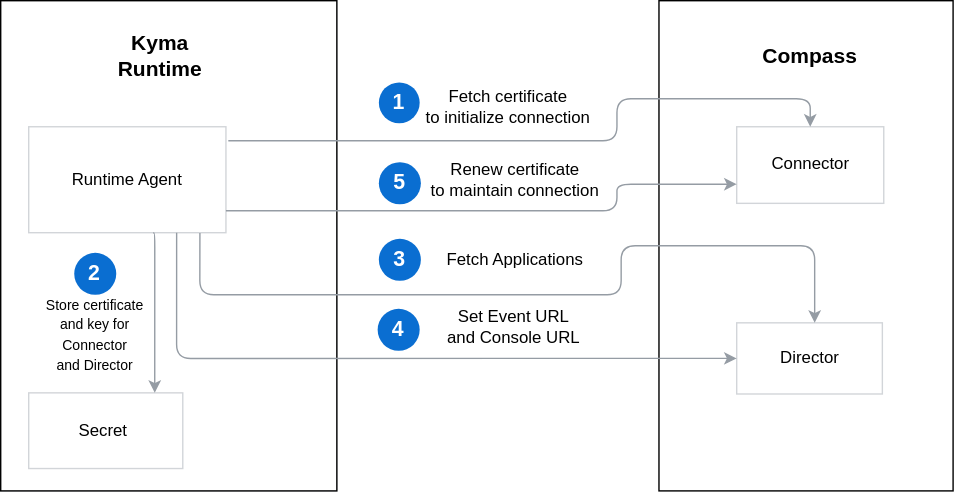
The draw.io diagram docs/compass/assets/runtime-agent-architecture.svg in kyma-project/kyma, before a commit. Source tidied: cells renumbered, new cells last; positions are measured from the earlier drawing's top-left corner, leaving out a move shared by most shapes. Source of this version:
```xml
<mxGraphModel background="#ffffff">
  <root>
    <mxCell id="0" />
    <mxCell id="1" parent="0" />
    <mxCell id="2" style="group;" parent="1" vertex="1">
      <mxGeometry x="470" width="210" height="350" as="geometry" />
    </mxCell>
    <mxCell id="3" style="rounded=0;whiteSpace=wrap;html=1;" parent="2" vertex="1">
      <mxGeometry width="210" height="350" as="geometry" />
    </mxCell>
    <mxCell id="4" value="Connector" style="rounded=0;whiteSpace=wrap;html=1;strokeColor=#D2D5D9;" parent="2" vertex="1">
      <mxGeometry x="55.5" y="90" width="105" height="54.7" as="geometry" />
    </mxCell>
    <mxCell id="5" value="&lt;font style=&quot;font-size: 15px&quot;&gt;&lt;b&gt;Compass&lt;/b&gt;&lt;/font&gt;" style="text;html=1;strokeColor=none;fillColor=none;align=center;verticalAlign=middle;whiteSpace=wrap;rounded=0;" parent="2" vertex="1">
      <mxGeometry x="2.5" y="23.7" width="210" height="30.4" as="geometry" />
    </mxCell>
    <mxCell id="6" value="Director" style="rounded=0;whiteSpace=wrap;html=1;strokeColor=#D2D5D9;" parent="2" vertex="1">
      <mxGeometry x="55.5" y="230" width="104" height="50.8" as="geometry" />
    </mxCell>
    <mxCell id="7" style="group;fillColor=#ffffff;strokeColor=#D2D5D9;" parent="1" vertex="1">
      <mxGeometry width="240" height="350" as="geometry" />
    </mxCell>
    <mxCell id="8" style="group;" parent="7" vertex="1">
      <mxGeometry width="240" height="350" as="geometry" />
    </mxCell>
    <mxCell id="9" style="rounded=0;whiteSpace=wrap;html=1;" parent="8" vertex="1">
      <mxGeometry width="240" height="350" as="geometry" />
    </mxCell>
    <mxCell id="10" value="Secret&amp;nbsp;" style="rounded=0;whiteSpace=wrap;html=1;strokeColor=#D2D5D9;" parent="8" vertex="1">
      <mxGeometry x="20" y="280" width="110" height="54" as="geometry" />
    </mxCell>
    <mxCell id="11" value="Runtime Agent" style="rounded=0;whiteSpace=wrap;html=1;strokeColor=#D2D5D9;" parent="8" vertex="1">
      <mxGeometry x="20" y="90" width="140.8" height="75.7" as="geometry" />
    </mxCell>
    <mxCell id="12" value="&lt;font style=&quot;font-size: 15px&quot;&gt;&lt;b&gt;Kyma Runtime&lt;/b&gt;&lt;/font&gt;" style="text;html=1;strokeColor=none;fillColor=none;align=center;verticalAlign=middle;whiteSpace=wrap;rounded=0;" parent="8" vertex="1">
      <mxGeometry x="60.6" y="19.4" width="106.1" height="38.9" as="geometry" />
    </mxCell>
    <mxCell id="13" style="edgeStyle=orthogonalEdgeStyle;rounded=1;comic=0;html=1;jettySize=auto;strokeColor=#959CA4;exitX=0.631;exitY=1.002;exitDx=0;exitDy=0;exitPerimeter=0;entryX=0.818;entryY=0;entryDx=0;entryDy=0;entryPerimeter=0;" parent="8" edge="1" source="11" target="10">
      <mxGeometry relative="1" as="geometry">
        <Array as="points">
          <mxPoint x="110" y="166" />
        </Array>
      </mxGeometry>
    </mxCell>
    <mxCell id="14" value="&lt;h3&gt;&lt;font color=&quot;#ffffff&quot;&gt;2&lt;/font&gt;&lt;/h3&gt;" style="ellipse;whiteSpace=wrap;html=1;rounded=0;shadow=0;glass=0;comic=0;labelBackgroundColor=none;strokeColor=none;strokeWidth=1;fillColor=#0A6ED1;gradientColor=none;fontSize=13;fontColor=none;align=center;verticalAlign=middle;" parent="8" vertex="1">
      <mxGeometry x="52.5" y="180" width="30" height="30" as="geometry" />
    </mxCell>
    <mxCell id="15" value="&lt;font style=&quot;font-size: 10px&quot;&gt;Store certificate and key for Connector &lt;br&gt;and Director&lt;/font&gt;" style="text;html=1;strokeColor=none;fillColor=none;align=center;verticalAlign=middle;whiteSpace=wrap;rounded=0;" parent="8" vertex="1">
      <mxGeometry x="30" y="210" width="75" height="55" as="geometry" />
    </mxCell>
    <mxCell id="16" value="&lt;h3&gt;&lt;font color=&quot;#ffffff&quot;&gt;4&lt;/font&gt;&lt;/h3&gt;" style="ellipse;whiteSpace=wrap;html=1;rounded=0;shadow=0;glass=0;comic=0;labelBackgroundColor=none;strokeColor=none;strokeWidth=1;fillColor=#0A6ED1;gradientColor=none;fontSize=13;fontColor=none;align=center;verticalAlign=middle;" parent="1" vertex="1">
      <mxGeometry x="269.1" y="220" width="30" height="30" as="geometry" />
    </mxCell>
    <mxCell id="17" value="&lt;h3&gt;&lt;font color=&quot;#ffffff&quot;&gt;5&lt;/font&gt;&lt;/h3&gt;" style="ellipse;whiteSpace=wrap;html=1;rounded=0;shadow=0;glass=0;comic=0;labelBackgroundColor=none;strokeColor=none;strokeWidth=1;fillColor=#0A6ED1;gradientColor=none;fontSize=13;fontColor=none;align=center;verticalAlign=middle;" parent="1" vertex="1">
      <mxGeometry x="270" y="115.3" width="30" height="30" as="geometry" />
    </mxCell>
    <mxCell id="18" style="edgeStyle=orthogonalEdgeStyle;rounded=1;comic=0;html=1;jettySize=auto;strokeColor=#959CA4;entryX=0.5;entryY=0;entryDx=0;entryDy=0;exitX=1.012;exitY=0.132;exitDx=0;exitDy=0;exitPerimeter=0;" parent="1" edge="1" source="11" target="4">
      <mxGeometry relative="1" as="geometry">
        <Array as="points">
          <mxPoint x="440" y="100" />
          <mxPoint x="440" y="70" />
          <mxPoint x="578" y="70" />
        </Array>
      </mxGeometry>
    </mxCell>
    <mxCell id="19" style="edgeStyle=orthogonalEdgeStyle;rounded=1;comic=0;html=1;jettySize=auto;strokeColor=#959CA4;entryX=0;entryY=0.75;entryDx=0;entryDy=0;" parent="1" edge="1" source="11" target="4">
      <mxGeometry relative="1" as="geometry">
        <Array as="points">
          <mxPoint x="440" y="150" />
          <mxPoint x="440" y="131" />
        </Array>
      </mxGeometry>
    </mxCell>
    <mxCell id="20" value="Fetch certificate &lt;br&gt;to initialize connection" style="text;html=1;strokeColor=none;fillColor=none;align=center;verticalAlign=middle;whiteSpace=wrap;rounded=0;" parent="1" vertex="1">
      <mxGeometry x="295" y="58.3" width="135" height="35" as="geometry" />
    </mxCell>
    <mxCell id="21" value="&lt;h3&gt;&lt;font color=&quot;#ffffff&quot;&gt;1&lt;/font&gt;&lt;/h3&gt;" style="ellipse;whiteSpace=wrap;html=1;rounded=0;shadow=0;glass=0;comic=0;labelBackgroundColor=none;strokeColor=none;strokeWidth=1;fillColor=#0A6ED1;gradientColor=none;fontSize=13;fontColor=none;align=center;verticalAlign=middle;" parent="1" vertex="1">
      <mxGeometry x="270" y="58.3" width="29.1" height="29.1" as="geometry" />
    </mxCell>
    <mxCell id="22" value="&lt;h3&gt;&lt;font color=&quot;#ffffff&quot;&gt;3&lt;/font&gt;&lt;/h3&gt;" style="ellipse;whiteSpace=wrap;html=1;rounded=0;shadow=0;glass=0;comic=0;labelBackgroundColor=none;strokeColor=none;strokeWidth=1;fillColor=#0A6ED1;gradientColor=none;fontSize=13;fontColor=none;align=center;verticalAlign=middle;" parent="1" vertex="1">
      <mxGeometry x="270" y="170" width="30" height="30" as="geometry" />
    </mxCell>
    <mxCell id="23" value="Renew certificate &lt;br&gt;to maintain connection" style="text;html=1;strokeColor=none;fillColor=none;align=center;verticalAlign=middle;whiteSpace=wrap;rounded=0;" parent="1" vertex="1">
      <mxGeometry x="300" y="110.3" width="135" height="35" as="geometry" />
    </mxCell>
    <mxCell id="24" style="edgeStyle=orthogonalEdgeStyle;rounded=1;comic=0;html=1;jettySize=auto;strokeColor=#959CA4;entryX=0.5;entryY=0;entryDx=0;entryDy=0;exitX=0.868;exitY=1.002;exitDx=0;exitDy=0;exitPerimeter=0;" parent="1" edge="1" source="11">
      <mxGeometry relative="1" as="geometry">
        <mxPoint x="581.2" y="230" as="targetPoint" />
        <Array as="points">
          <mxPoint x="142" y="210" />
          <mxPoint x="443" y="210" />
          <mxPoint x="443" y="175" />
          <mxPoint x="581" y="175" />
        </Array>
      </mxGeometry>
    </mxCell>
    <mxCell id="25" value="Fetch Applications" style="text;html=1;strokeColor=none;fillColor=none;align=center;verticalAlign=middle;whiteSpace=wrap;rounded=0;" parent="1" vertex="1">
      <mxGeometry x="300" y="167.5" width="135" height="35" as="geometry" />
    </mxCell>
    <mxCell id="26" style="edgeStyle=orthogonalEdgeStyle;rounded=1;comic=0;html=1;jettySize=auto;strokeColor=#959CA4;entryX=0;entryY=0.5;entryDx=0;entryDy=0;exitX=0.75;exitY=1;exitDx=0;exitDy=0;" parent="1" edge="1" source="11" target="6">
      <mxGeometry relative="1" as="geometry">
        <Array as="points">
          <mxPoint x="126" y="255" />
        </Array>
      </mxGeometry>
    </mxCell>
    <mxCell id="27" value="Set Event URL &lt;br&gt;and Console URL" style="text;html=1;strokeColor=none;fillColor=none;align=center;verticalAlign=middle;whiteSpace=wrap;rounded=0;" parent="1" vertex="1">
      <mxGeometry x="299.1" y="215" width="135" height="35" as="geometry" />
    </mxCell>
  </root>
</mxGraphModel>
```
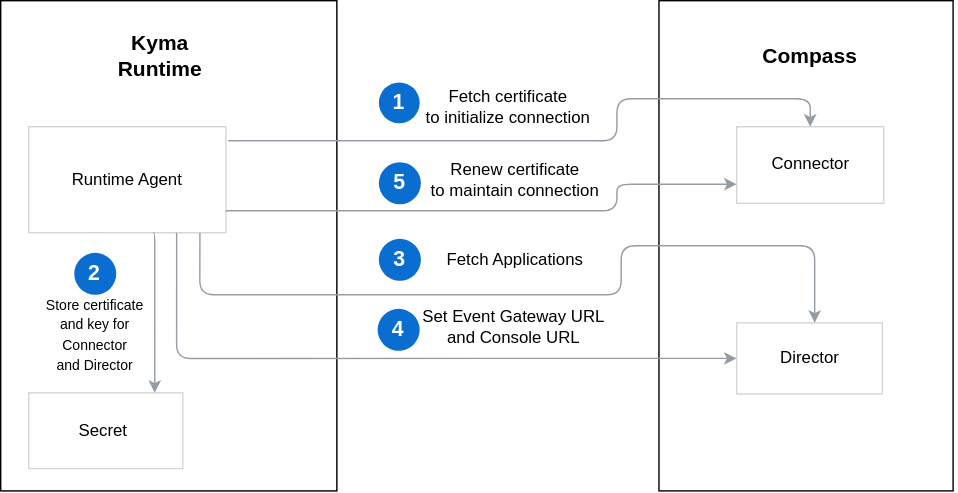
The same file after the commit.

Commit message:
Unify naming

The edit, as a diff of the source:
```diff
@@ -104,7 +104,7 @@
         </Array>
       </mxGeometry>
     </mxCell>
-    <mxCell id="27" value="Set Event URL &lt;br&gt;and Console URL" style="text;html=1;strokeColor=none;fillColor=none;align=center;verticalAlign=middle;whiteSpace=wrap;rounded=0;" parent="1" vertex="1">
+    <mxCell id="27" value="Set Event Gateway URL &lt;br&gt;and Console URL" style="text;html=1;strokeColor=none;fillColor=none;align=center;verticalAlign=middle;whiteSpace=wrap;rounded=0;" parent="1" vertex="1">
       <mxGeometry x="299.1" y="215" width="135" height="35" as="geometry" />
     </mxCell>
   </root>
```
